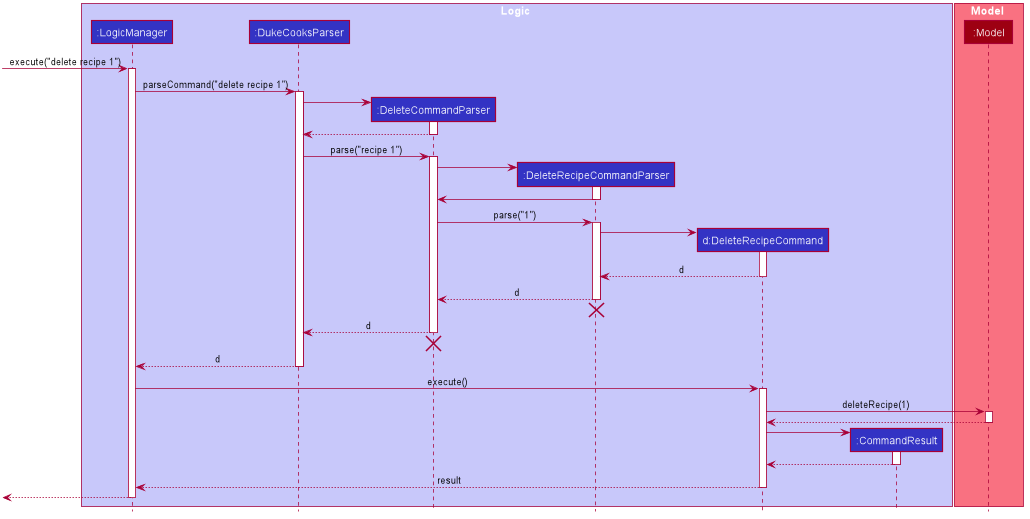
nus-cs2103-AY1920S1/addressbook-level3 keeps this PlantUML diagram as docs/images/DeleteSequenceDiagram.png. Above is the earlier version.
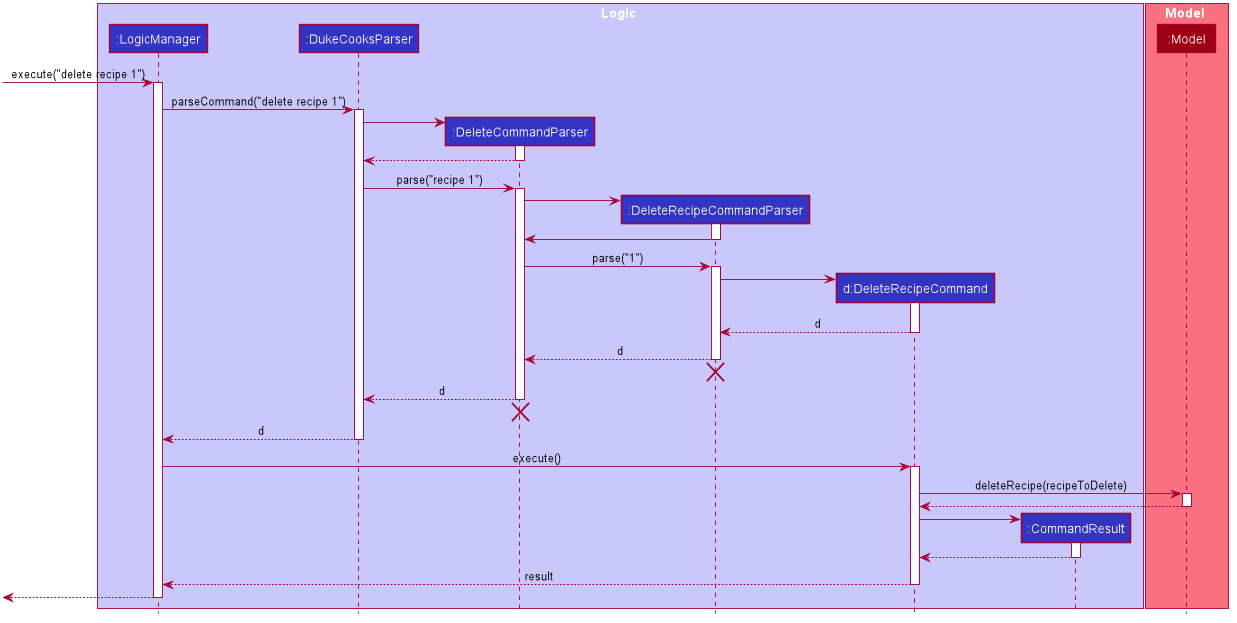
The same diagram one commit later.

Change to the diagram source:
```diff
@@ -111,7 +111,7 @@
 LogicManager -> DeleteRecipeCommand : execute()
 activate DeleteRecipeCommand
 
-DeleteRecipeCommand -> Model : deleteRecipe(1)
+DeleteRecipeCommand -> Model : deleteRecipe(recipeToDelete)
 activate Model
 
 Model --> DeleteRecipeCommand
```
